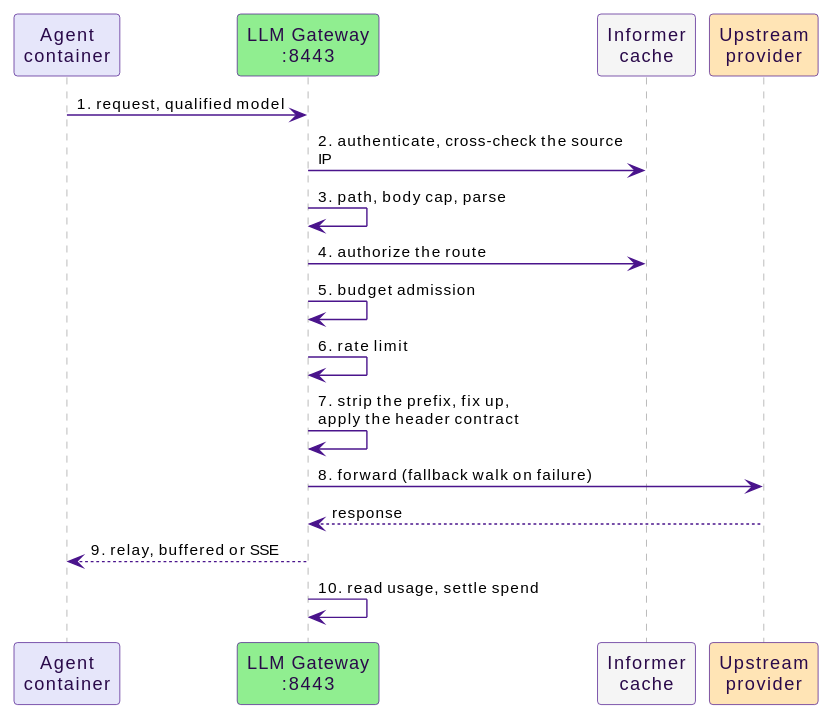
This is docs/src/diagrams/llm-request-flow.svg from win07xp/kaalm, a PlantUML export, as it was before one commit.
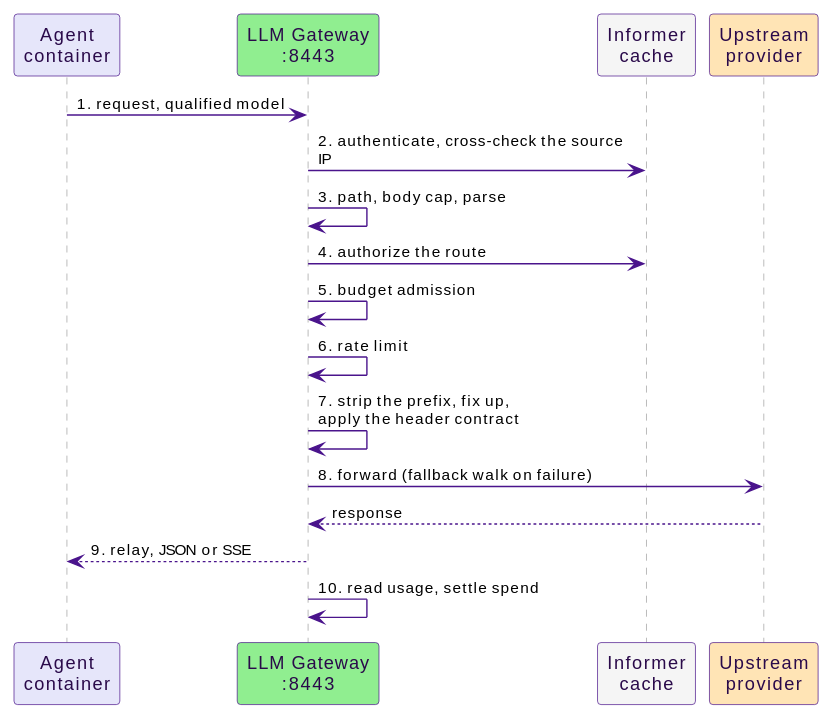
The same diagram one commit later.

The edit, as a diff of the source:
```diff
@@ -15,6 +15,6 @@
 gw -> gw : 7. strip the prefix, fix up,\napply the header contract
 gw -> prov : 8. forward (fallback walk on failure)
 prov --> gw : response
-gw --> agent : 9. relay, buffered or SSE
+gw --> agent : 9. relay, JSON or SSE
 gw -> gw : 10. read usage, settle spend
 @enduml
```
